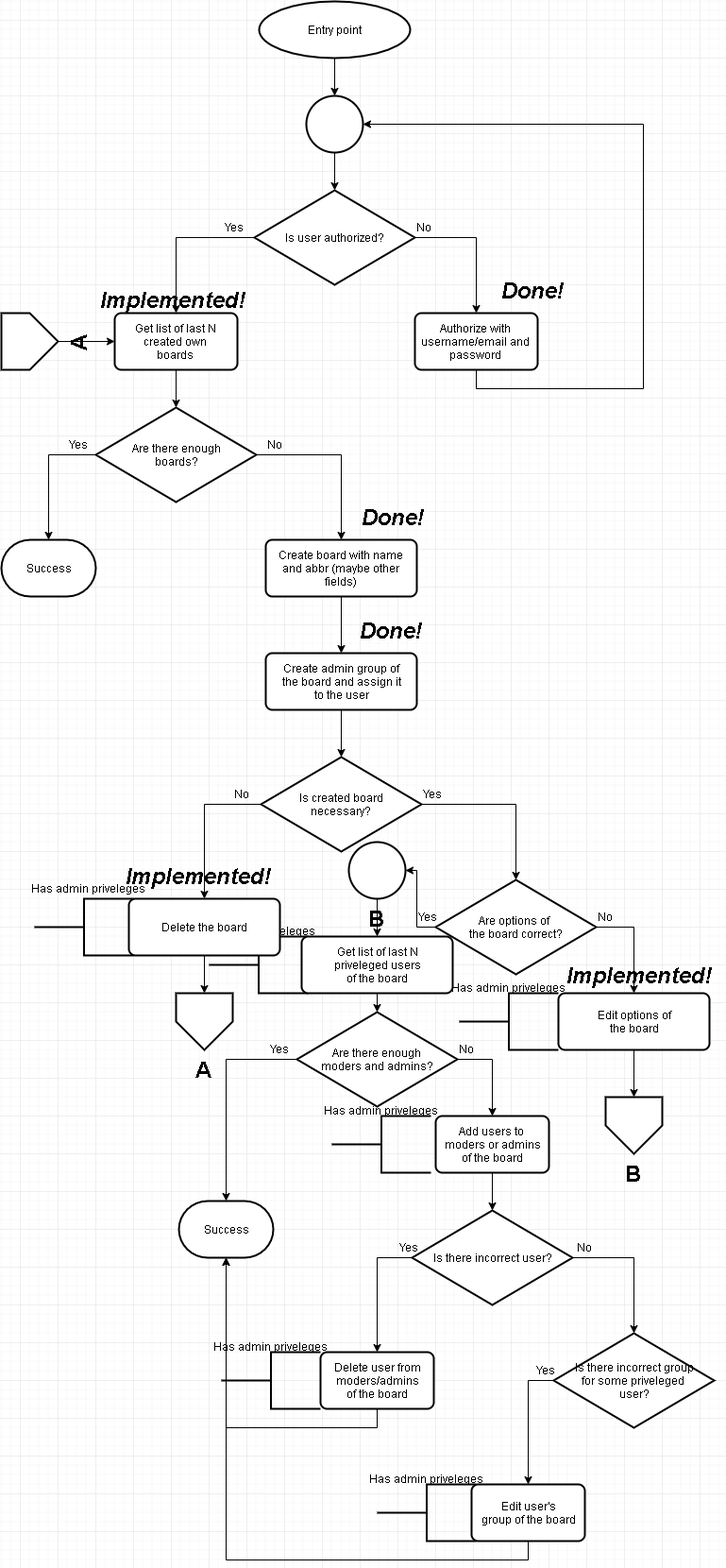
Before: Imageboard-user-board-diagram.png, a diagram exported from draw.io (Lebed-kun/imageboard). Source tidied: cells renumbered, new cells last; positions are measured from the earlier drawing's top-left corner, leaving out a move shared by most shapes.
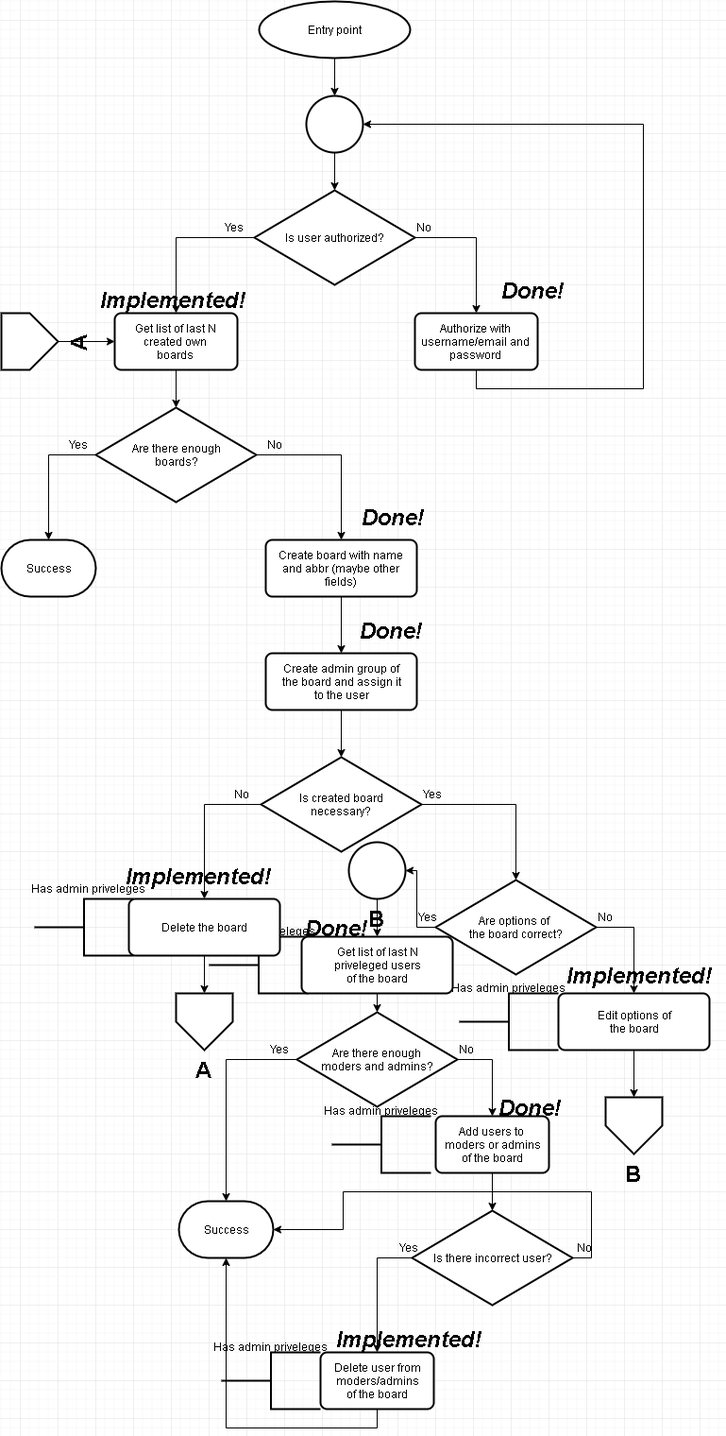
After the change.

Commit message:
Change admin diagram

What changed in the source:
```diff
@@ -190,7 +190,7 @@
     <mxCell id="61" style="edgeStyle=orthogonalEdgeStyle;rounded=0;jettySize=auto;html=1;exitX=0;exitY=0.5;exitDx=0;exitDy=0;exitPerimeter=0;entryX=0.5;entryY=0;entryDx=0;entryDy=0;" parent="1" edge="1" source="63" target="66">
       <mxGeometry relative="1" as="geometry" />
     </mxCell>
-    <mxCell id="62" style="edgeStyle=orthogonalEdgeStyle;rounded=0;jettySize=auto;html=1;exitX=1;exitY=0.5;exitDx=0;exitDy=0;exitPerimeter=0;entryX=0.5;entryY=0;entryDx=0;entryDy=0;entryPerimeter=0;" parent="1" edge="1" source="63" target="68">
+    <mxCell id="62" style="edgeStyle=orthogonalEdgeStyle;rounded=0;jettySize=auto;html=1;exitX=1;exitY=0.5;exitDx=0;exitDy=0;exitPerimeter=0;entryX=1;entryY=0.5;entryDx=0;entryDy=0;entryPerimeter=0;" parent="1" edge="1" source="63" target="41">
       <mxGeometry relative="1" as="geometry" />
     </mxCell>
     <mxCell id="63" value="Is there incorrect user?" style="strokeWidth=2;html=1;shape=mxgraph.flowchart.decision;whiteSpace=wrap;" parent="1" vertex="1">
@@ -205,24 +205,9 @@
     <mxCell id="66" value="Delete user from&lt;br&gt;moders/admins&lt;br&gt;of the board" style="rounded=1;whiteSpace=wrap;html=1;absoluteArcSize=1;arcSize=14;strokeWidth=2;" parent="1" vertex="1">
       <mxGeometry x="338" y="1430" width="120" height="60" as="geometry" />
     </mxCell>
-    <mxCell id="67" style="edgeStyle=orthogonalEdgeStyle;rounded=0;jettySize=auto;html=1;exitX=0;exitY=0.5;exitDx=0;exitDy=0;exitPerimeter=0;entryX=0.5;entryY=0;entryDx=0;entryDy=0;" parent="1" edge="1" source="68" target="71">
-      <mxGeometry relative="1" as="geometry" />
-    </mxCell>
-    <mxCell id="68" value="Is there incorrect group&lt;br&gt;for some priveleged &lt;br&gt;user?" style="strokeWidth=2;html=1;shape=mxgraph.flowchart.decision;whiteSpace=wrap;" parent="1" vertex="1">
-      <mxGeometry x="585" y="1410" width="170" height="100" as="geometry" />
-    </mxCell>
     <mxCell id="69" value="No" style="text;html=1;align=left;verticalAlign=top;spacingTop=-4;" parent="1" vertex="1">
       <mxGeometry x="608" y="1310" width="30" height="20" as="geometry" />
     </mxCell>
-    <mxCell id="70" style="edgeStyle=orthogonalEdgeStyle;rounded=0;jettySize=auto;html=1;exitX=0.5;exitY=1;exitDx=0;exitDy=0;entryX=0.5;entryY=1;entryDx=0;entryDy=0;entryPerimeter=0;" parent="1" edge="1" source="71" target="41">
-      <mxGeometry relative="1" as="geometry" />
-    </mxCell>
-    <mxCell id="71" value="Edit user's&lt;br&gt;group of the board" style="rounded=1;whiteSpace=wrap;html=1;absoluteArcSize=1;arcSize=14;strokeWidth=2;" parent="1" vertex="1">
-      <mxGeometry x="498" y="1570" width="120" height="60" as="geometry" />
-    </mxCell>
-    <mxCell id="72" value="Yes" style="text;html=1;align=left;verticalAlign=top;spacingTop=-4;" parent="1" vertex="1">
-      <mxGeometry x="565" y="1440" width="40" height="20" as="geometry" />
-    </mxCell>
     <mxCell id="73" style="edgeStyle=orthogonalEdgeStyle;rounded=0;jettySize=auto;html=1;exitX=0.5;exitY=1;exitDx=0;exitDy=0;entryX=0.5;entryY=0;entryDx=0;entryDy=0;entryPerimeter=0;" parent="1" edge="1" source="74" target="53">
       <mxGeometry relative="1" as="geometry" />
     </mxCell>
@@ -250,14 +235,17 @@
     <mxCell id="81" value="Has admin priveleges" style="text;html=1;align=left;verticalAlign=top;spacingTop=-4;" parent="1" vertex="1">
       <mxGeometry x="223" y="1415" width="130" height="10" as="geometry" />
     </mxCell>
-    <mxCell id="82" style="strokeWidth=2;html=1;shape=mxgraph.flowchart.annotation_2;align=left;labelPosition=right;" parent="1" vertex="1">
-      <mxGeometry x="398" y="1570" width="105" height="60" as="geometry" />
-    </mxCell>
-    <mxCell id="83" value="Has admin priveleges" style="text;html=1;align=left;verticalAlign=top;spacingTop=-4;" parent="1" vertex="1">
-      <mxGeometry x="388" y="1555" width="130" height="10" as="geometry" />
-    </mxCell>
     <mxCell id="84" value="&lt;span style=&quot;font-size: 24px&quot;&gt;&lt;b&gt;&lt;i&gt;Implemented!&lt;/i&gt;&lt;/b&gt;&lt;/span&gt;" style="text;html=1;align=left;verticalAlign=top;spacingTop=-4;" parent="1" vertex="1">
       <mxGeometry x="597" y="1015" width="170" height="20" as="geometry" />
     </mxCell>
+    <mxCell id="85" value="&lt;font style=&quot;font-size: 24px&quot;&gt;&lt;b&gt;&lt;i&gt;Done!&lt;/i&gt;&lt;/b&gt;&lt;/font&gt;" style="text;html=1;align=left;verticalAlign=top;spacingTop=-4;" parent="1" vertex="1">
+      <mxGeometry x="320" y="965" width="80" height="20" as="geometry" />
+    </mxCell>
+    <mxCell id="86" value="&lt;font style=&quot;font-size: 24px&quot;&gt;&lt;b&gt;&lt;i&gt;Done!&lt;/i&gt;&lt;/b&gt;&lt;/font&gt;" style="text;html=1;align=left;verticalAlign=top;spacingTop=-4;" parent="1" vertex="1">
+      <mxGeometry x="525" y="1155" width="80" height="20" as="geometry" />
+    </mxCell>
+    <mxCell id="87" value="&lt;span style=&quot;font-size: 24px&quot;&gt;&lt;b&gt;&lt;i&gt;Implemented!&lt;/i&gt;&lt;/b&gt;&lt;/span&gt;" style="text;html=1;align=left;verticalAlign=top;spacingTop=-4;" parent="1" vertex="1">
+      <mxGeometry x="353" y="1400" width="170" height="20" as="geometry" />
+    </mxCell>
   </root>
 </mxGraphModel>
```
